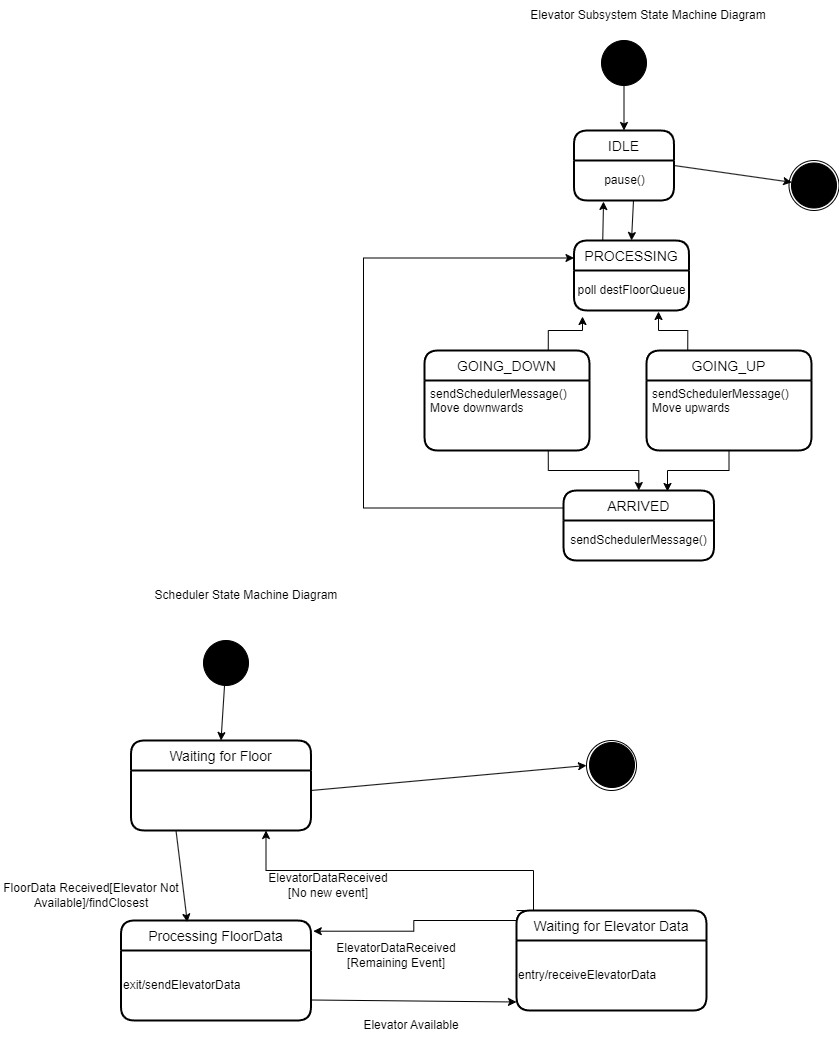
Above: diagrams/Iteration4State.png in slukic0/elevator (draw.io), before the change. Source tidied: cells renumbered, new cells last; positions are measured from the earlier drawing's top-left corner, leaving out a move shared by most shapes.
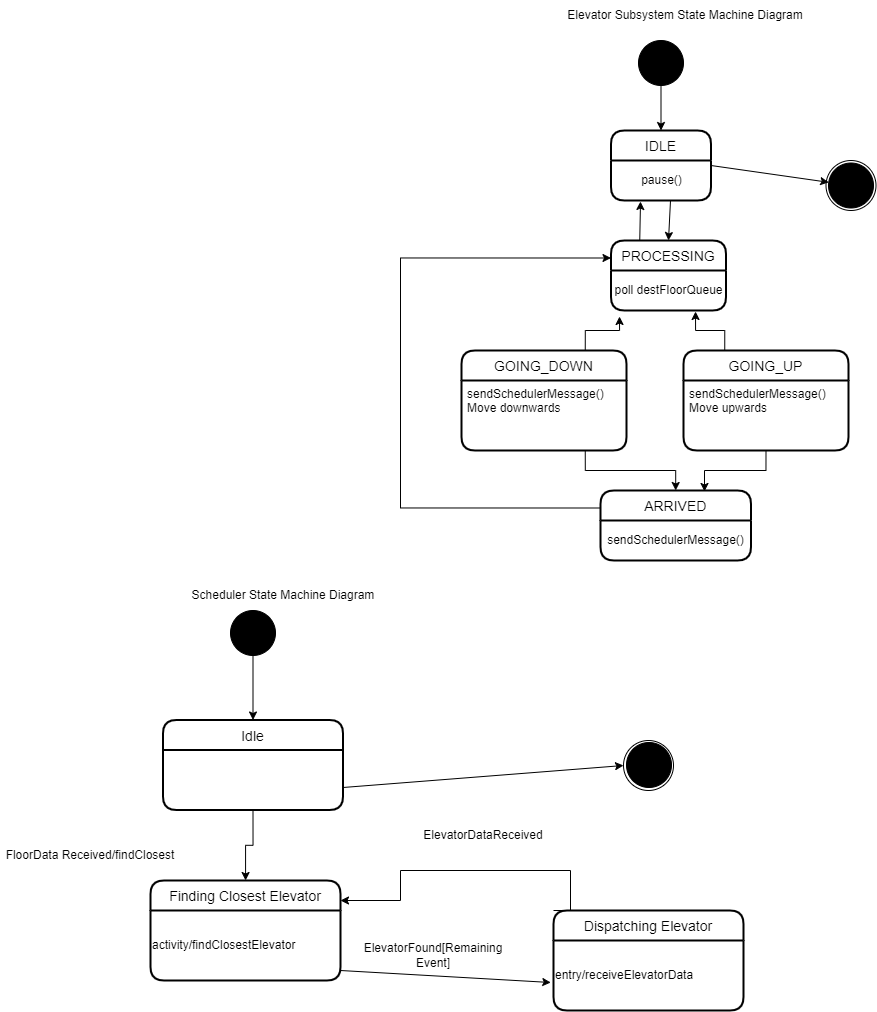
After the change.

Change to the diagram source:
```diff
@@ -58,64 +58,52 @@
     <mxCell id="19" style="ellipse;shape=doubleEllipse;whiteSpace=wrap;html=1;fillColor=#000000;" parent="1" vertex="1">
       <mxGeometry x="588" y="742" width="45" height="45" as="geometry" />
     </mxCell>
+    <mxCell id="44" style="edgeStyle=orthogonalEdgeStyle;rounded=0;jettySize=auto;html=1;exitX=0.5;exitY=1;exitDx=0;exitDy=0;" parent="1" edge="1" source="20" target="46">
+      <mxGeometry relative="1" as="geometry" />
+    </mxCell>
     <mxCell id="20" style="ellipse;shape=doubleEllipse;whiteSpace=wrap;html=1;fillColor=#000000;" parent="1" vertex="1">
-      <mxGeometry x="202" y="640" width="45" height="45" as="geometry" />
+      <mxGeometry x="192" y="610" width="45" height="45" as="geometry" />
     </mxCell>
-    <mxCell id="21" value="Waiting for Floor" style="swimlane;horizontal=1;startSize=30;rounded=1;fontSize=14;fontStyle=0;strokeWidth=2;shadow=0;dashed=0;align=center;strokeColor=#000000;fillColor=#FFFFFF;" parent="1" vertex="1">
-      <mxGeometry x="129.5" y="740" width="180" height="90" as="geometry" />
-    </mxCell>
-    <mxCell id="22" value="Processing FloorData" style="swimlane;horizontal=1;startSize=30;rounded=1;fontSize=14;fontStyle=0;strokeWidth=2;shadow=0;dashed=0;align=center;strokeColor=#000000;fillColor=#FFFFFF;" parent="1" vertex="1">
-      <mxGeometry x="119.5" y="920" width="190" height="100" as="geometry" />
+    <mxCell id="22" value="Finding Closest Elevator" style="swimlane;horizontal=1;startSize=30;rounded=1;fontSize=14;fontStyle=0;strokeWidth=2;shadow=0;dashed=0;align=center;strokeColor=#000000;fillColor=#FFFFFF;" parent="1" vertex="1">
+      <mxGeometry x="112" y="880" width="190" height="100" as="geometry" />
     </mxCell>
-    <mxCell id="23" value="exit/sendElevatorData" style="text;html=1;strokeColor=none;fillColor=none;align=left;verticalAlign=middle;whiteSpace=wrap;rounded=0;" parent="22" vertex="1">
+    <mxCell id="23" value="activity/findClosestElevator" style="text;html=1;strokeColor=none;fillColor=none;align=left;verticalAlign=middle;whiteSpace=wrap;rounded=0;" parent="22" vertex="1">
       <mxGeometry y="30" width="190" height="70" as="geometry" />
     </mxCell>
-    <mxCell id="24" style="endArrow=classic;html=1;rounded=0;exitX=0.25;exitY=1;exitDx=0;exitDy=0;entryX=0.349;entryY=0.016;entryDx=0;entryDy=0;entryPerimeter=0;" parent="1" edge="1" source="21" target="22">
-      <mxGeometry relative="1" as="geometry" />
-    </mxCell>
-    <mxCell id="25" style="endArrow=classic;html=1;rounded=0;entryX=0.5;entryY=0;entryDx=0;entryDy=0;" parent="1" edge="1" source="20" target="21">
-      <mxGeometry relative="1" as="geometry" />
-    </mxCell>
     <mxCell id="26" style="endArrow=classic;html=1;rounded=0;entryX=0;entryY=0.75;entryDx=0;entryDy=0;" parent="1" edge="1">
       <mxGeometry relative="1" as="geometry">
-        <mxPoint x="309.5" y="999.5" as="sourcePoint" />
-        <mxPoint x="515" y="1001.5" as="targetPoint" />
+        <mxPoint x="302" y="970" as="sourcePoint" />
+        <mxPoint x="512.2" y="982" as="targetPoint" />
       </mxGeometry>
     </mxCell>
-    <mxCell id="27" style="edgeStyle=orthogonalEdgeStyle;rounded=0;jettySize=auto;html=1;exitX=0;exitY=0;exitDx=0;exitDy=0;entryX=0.75;entryY=1;entryDx=0;entryDy=0;" parent="1" edge="1" source="28" target="21">
+    <mxCell id="27" style="edgeStyle=orthogonalEdgeStyle;rounded=0;jettySize=auto;html=1;exitX=0;exitY=0;exitDx=0;exitDy=0;" parent="1" edge="1" source="28">
       <mxGeometry relative="1" as="geometry">
+        <mxPoint x="302" y="900" as="targetPoint" />
         <Array as="points">
           <mxPoint x="532" y="910" />
           <mxPoint x="532" y="870" />
-          <mxPoint x="265" y="870" />
+          <mxPoint x="362" y="870" />
+          <mxPoint x="362" y="900" />
         </Array>
       </mxGeometry>
     </mxCell>
-    <mxCell id="28" value="Waiting for Elevator Data" style="swimlane;horizontal=1;startSize=30;rounded=1;fontSize=14;fontStyle=0;strokeWidth=2;shadow=0;dashed=0;align=center;strokeColor=#000000;fillColor=#FFFFFF;" parent="1" vertex="1">
+    <mxCell id="28" value="Dispatching Elevator" style="swimlane;horizontal=1;startSize=30;rounded=1;fontSize=14;fontStyle=0;strokeWidth=2;shadow=0;dashed=0;align=center;strokeColor=#000000;fillColor=#FFFFFF;" parent="1" vertex="1">
       <mxGeometry x="515" y="910" width="190" height="100" as="geometry" />
     </mxCell>
     <mxCell id="29" value="entry/receiveElevatorData" style="text;html=1;strokeColor=none;fillColor=none;align=left;verticalAlign=middle;whiteSpace=wrap;rounded=0;" parent="28" vertex="1">
       <mxGeometry y="30" width="190" height="70" as="geometry" />
     </mxCell>
-    <mxCell id="30" value="FloorData Received[Elevator Not Available]/findClosest" style="text;html=1;strokeColor=none;fillColor=none;align=center;verticalAlign=middle;whiteSpace=wrap;rounded=0;" parent="1" vertex="1">
-      <mxGeometry x="-0.5" y="880" width="180" height="30" as="geometry" />
+    <mxCell id="30" value="FloorData Received/findClosest" style="text;html=1;strokeColor=none;fillColor=none;align=center;verticalAlign=middle;whiteSpace=wrap;rounded=0;" parent="1" vertex="1">
+      <mxGeometry x="-38" y="840" width="180" height="30" as="geometry" />
     </mxCell>
-    <mxCell id="31" value="ElevatorDataReceived&lt;br&gt;[No new event]" style="text;html=1;strokeColor=none;fillColor=none;align=center;verticalAlign=middle;whiteSpace=wrap;rounded=0;" parent="1" vertex="1">
-      <mxGeometry x="297" y="870" width="60" height="30" as="geometry" />
+    <mxCell id="31" value="ElevatorDataReceived&lt;br&gt;" style="text;html=1;strokeColor=none;fillColor=none;align=center;verticalAlign=middle;whiteSpace=wrap;rounded=0;" parent="1" vertex="1">
+      <mxGeometry x="414.5" y="820" width="60" height="30" as="geometry" />
     </mxCell>
-    <mxCell id="32" style="edgeStyle=orthogonalEdgeStyle;rounded=0;jettySize=auto;html=1;exitX=0;exitY=0;exitDx=0;exitDy=0;entryX=1.012;entryY=0.107;entryDx=0;entryDy=0;entryPerimeter=0;" parent="1" edge="1" source="29" target="22">
-      <mxGeometry relative="1" as="geometry" />
-    </mxCell>
-    <mxCell id="33" value="ElevatorDataReceived&lt;br&gt;[Remaining Event]" style="text;html=1;strokeColor=none;fillColor=none;align=center;verticalAlign=middle;whiteSpace=wrap;rounded=0;" parent="1" vertex="1">
+    <mxCell id="33" value="ElevatorFound[Remaining Event]" style="text;html=1;strokeColor=none;fillColor=none;align=center;verticalAlign=middle;whiteSpace=wrap;rounded=0;" parent="1" vertex="1">
       <mxGeometry x="359.5" y="940" width="70" height="30" as="geometry" />
     </mxCell>
-    <mxCell id="34" value="Elevator Available" style="text;html=1;strokeColor=none;fillColor=none;align=center;verticalAlign=middle;whiteSpace=wrap;rounded=0;" parent="1" vertex="1">
-      <mxGeometry x="344.5" y="1010" width="130" height="30" as="geometry" />
-    </mxCell>
-    <mxCell id="35" style="endArrow=classic;html=1;rounded=0;entryX=0;entryY=0.5;entryDx=0;entryDy=0;" parent="1" edge="1" target="18">
-      <mxGeometry relative="1" as="geometry">
-        <mxPoint x="309.5" y="790" as="sourcePoint" />
-      </mxGeometry>
+    <mxCell id="35" style="endArrow=classic;html=1;rounded=0;entryX=0;entryY=0.5;entryDx=0;entryDy=0;exitX=1;exitY=0.75;exitDx=0;exitDy=0;" parent="1" edge="1" source="46" target="18">
+      <mxGeometry relative="1" as="geometry" />
     </mxCell>
     <mxCell id="36" style="edgeStyle=orthogonalEdgeStyle;rounded=0;jettySize=auto;html=1;exitX=0.25;exitY=0;exitDx=0;exitDy=0;entryX=0.295;entryY=1.025;entryDx=0;entryDy=0;entryPerimeter=0;" parent="1" edge="1" source="37" target="9">
       <mxGeometry relative="1" as="geometry" />
@@ -146,5 +134,11 @@
     <mxCell id="43" style="edgeStyle=orthogonalEdgeStyle;rounded=0;jettySize=auto;html=1;exitX=0.5;exitY=1;exitDx=0;exitDy=0;entryX=0.691;entryY=0.014;entryDx=0;entryDy=0;entryPerimeter=0;" parent="1" edge="1" source="17" target="40">
       <mxGeometry relative="1" as="geometry" />
     </mxCell>
+    <mxCell id="45" style="edgeStyle=orthogonalEdgeStyle;rounded=0;jettySize=auto;html=1;exitX=0.5;exitY=1;exitDx=0;exitDy=0;" parent="1" edge="1" source="46" target="22">
+      <mxGeometry relative="1" as="geometry" />
+    </mxCell>
+    <mxCell id="46" value="Idle" style="swimlane;horizontal=1;startSize=30;rounded=1;fontSize=14;fontStyle=0;strokeWidth=2;shadow=0;dashed=0;align=center;strokeColor=#000000;fillColor=#FFFFFF;" parent="1" vertex="1">
+      <mxGeometry x="124.5" y="719.5" width="180" height="90" as="geometry" />
+    </mxCell>
   </root>
 </mxGraphModel>
```
